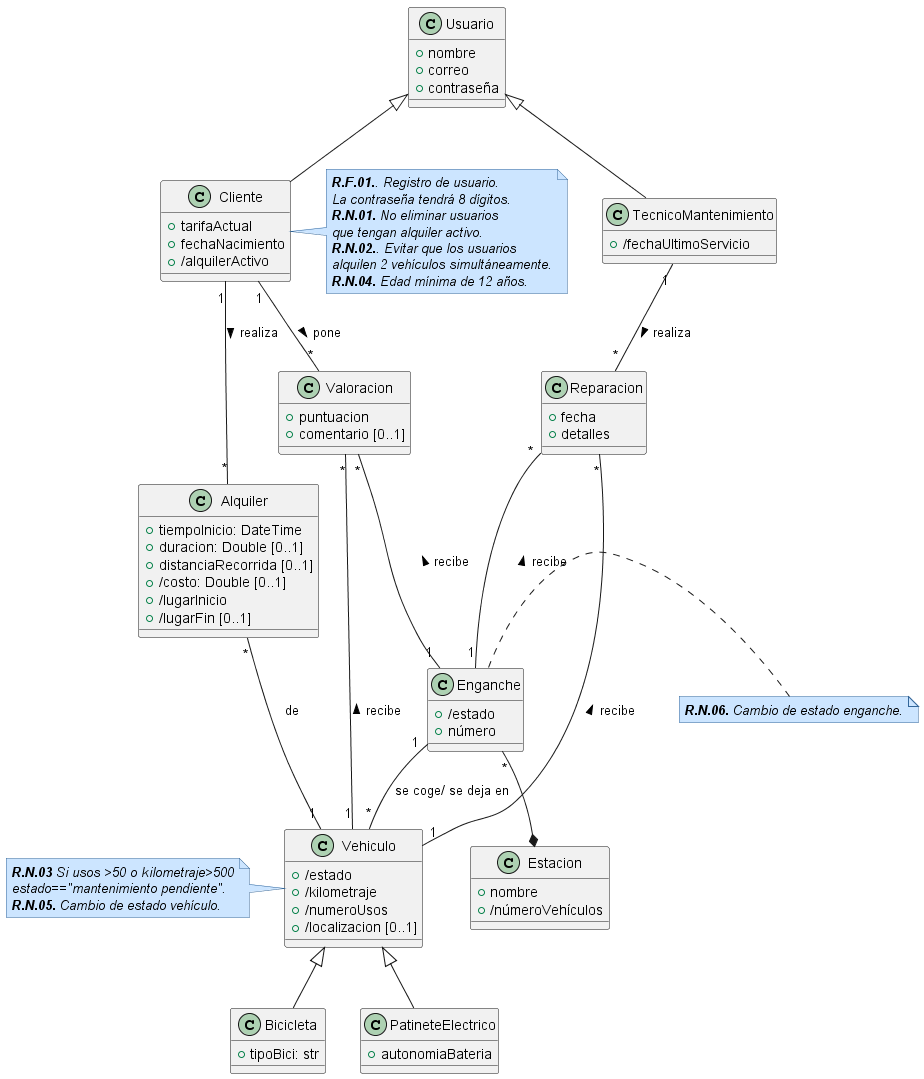
Above: modelos_conceptuales/DiagramaClases.png in VVF2245/EasyVPM-Database (PlantUML), before the change.
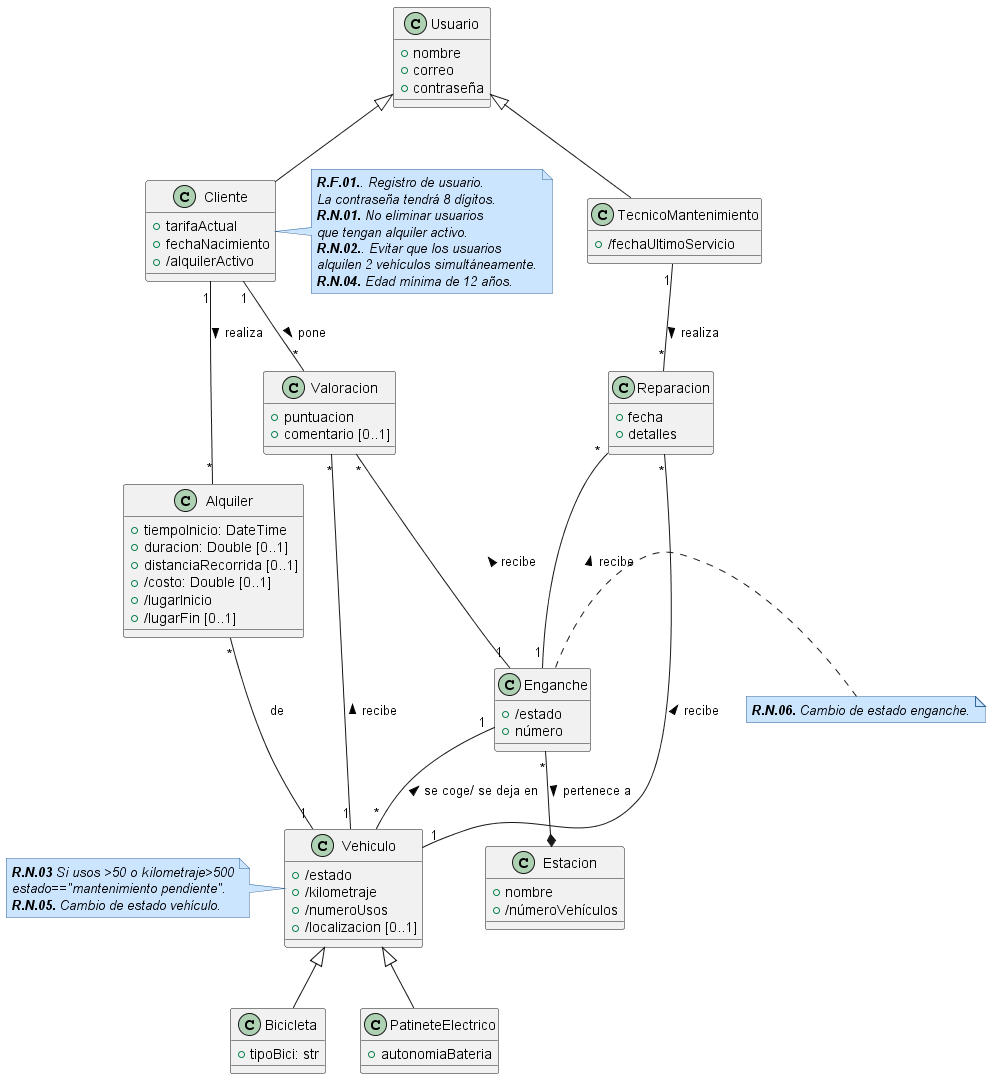
After the change.

Diff of the diagram source:
```diff
@@ -87,7 +87,7 @@
 Usuario <|-- Cliente
 Usuario <|-- TecnicoMantenimiento
 
-Enganche "*"--* Estacion
+Enganche "*"--* Estacion : pertenece a >
 
 Cliente "1"--"*" Valoracion : pone >
 Valoracion "*"--"1" Vehiculo : recibe <
@@ -97,7 +97,7 @@
 Reparacion "*"--"1" Vehiculo : recibe <
 Reparacion "*"--"1" Enganche : recibe <
 
-Enganche "1" --"*" Vehiculo : se coge/ se deja en
+Enganche "1" --"*" Vehiculo : se coge/ se deja en <
 
 
 Cliente "1"--"*"  Alquiler: realiza >
```
